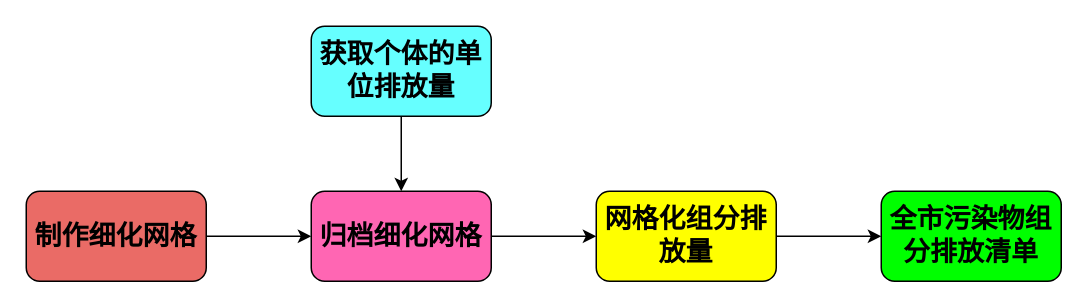
This is 总体排放源清单流程.drawio from WienWong/Misc, a draw.io file, before an edit. Source tidied: cells renumbered, new cells numbered last; positions are measured from the earlier drawing's top-left corner, leaving out a move shared by most shapes. Both pictures are drawn from the tidied source at 150%, with x=0, y=0 at pixel (26, 26).
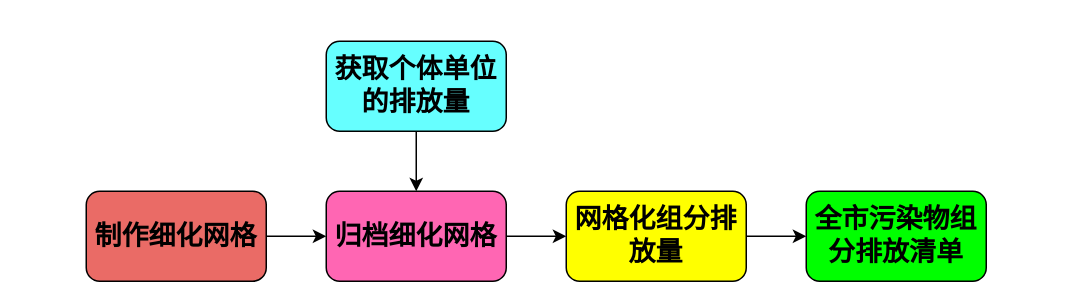
Above is the later version.

Commit message:
Update 总体排放源清单流程.drawio

Change to the diagram source:
```diff
@@
 <mxGraphModel>
   <root>
     <mxCell id="0" />
     <mxCell id="1" parent="0" />
     <mxCell id="2" style="edgeStyle=orthogonalEdgeStyle;rounded=0;jettySize=auto;html=1;exitX=1;exitY=0.5;exitDx=0;exitDy=0;entryX=0;entryY=0.5;entryDx=0;entryDy=0;" parent="1" edge="1" source="3" target="5">
       <mxGeometry relative="1" as="geometry" />
     </mxCell>
     <mxCell id="3" value="&lt;b&gt;&lt;font style=&quot;font-size: 18px&quot;&gt;制作细化网格&lt;/font&gt;&lt;/b&gt;" style="rounded=1;whiteSpace=wrap;html=1;fillColor=#EA6B66;" parent="1" vertex="1">
-      <mxGeometry y="110" width="120" height="60" as="geometry" />
+      <mxGeometry x="40" y="110" width="120" height="60" as="geometry" />
     </mxCell>
     <mxCell id="4" style="edgeStyle=orthogonalEdgeStyle;rounded=0;jettySize=auto;html=1;exitX=1;exitY=0.5;exitDx=0;exitDy=0;entryX=0;entryY=0.5;entryDx=0;entryDy=0;" parent="1" edge="1" source="5" target="9">
       <mxGeometry relative="1" as="geometry" />
     </mxCell>
     <mxCell id="5" value="&lt;b&gt;&lt;font style=&quot;font-size: 18px&quot;&gt;归档细化网格&lt;/font&gt;&lt;/b&gt;" style="rounded=1;whiteSpace=wrap;html=1;fillColor=#FF66B3;" parent="1" vertex="1">
-      <mxGeometry x="190" y="110" width="120" height="60" as="geometry" />
+      <mxGeometry x="200" y="110" width="120" height="60" as="geometry" />
     </mxCell>
     <mxCell id="6" style="edgeStyle=orthogonalEdgeStyle;rounded=0;jettySize=auto;html=1;exitX=0.5;exitY=1;exitDx=0;exitDy=0;" parent="1" edge="1" source="7" target="5">
       <mxGeometry relative="1" as="geometry" />
     </mxCell>
-    <mxCell id="7" value="&lt;b&gt;&lt;font style=&quot;font-size: 18px&quot;&gt;获取个体的单位排放量&lt;/font&gt;&lt;/b&gt;" style="rounded=1;whiteSpace=wrap;html=1;fillColor=#66FFFF;" parent="1" vertex="1">
-      <mxGeometry x="190" width="120" height="60" as="geometry" />
+    <mxCell id="7" value="&lt;b&gt;&lt;font style=&quot;font-size: 18px&quot;&gt;获取个体单位的排放量&lt;/font&gt;&lt;/b&gt;" style="rounded=1;whiteSpace=wrap;html=1;fillColor=#66FFFF;" parent="1" vertex="1">
+      <mxGeometry x="200" y="10" width="120" height="60" as="geometry" />
     </mxCell>
     <mxCell id="8" style="edgeStyle=orthogonalEdgeStyle;rounded=0;jettySize=auto;html=1;exitX=1;exitY=0.5;exitDx=0;exitDy=0;entryX=0;entryY=0.5;entryDx=0;entryDy=0;" parent="1" edge="1" source="9" target="10">
       <mxGeometry relative="1" as="geometry" />
     </mxCell>
     <mxCell id="9" value="&lt;b&gt;&lt;font style=&quot;font-size: 18px&quot;&gt;网格化组分排放量&lt;/font&gt;&lt;/b&gt;" style="rounded=1;whiteSpace=wrap;html=1;fillColor=#FFFF00;" parent="1" vertex="1">
-      <mxGeometry x="380" y="110" width="120" height="60" as="geometry" />
+      <mxGeometry x="360" y="110" width="120" height="60" as="geometry" />
     </mxCell>
     <mxCell id="10" value="&lt;b&gt;&lt;font style=&quot;font-size: 18px&quot;&gt;全市污染物组分排放清单&lt;/font&gt;&lt;/b&gt;" style="rounded=1;whiteSpace=wrap;html=1;fillColor=#00FF00;" parent="1" vertex="1">
-      <mxGeometry x="570" y="110" width="120" height="60" as="geometry" />
+      <mxGeometry x="520" y="110" width="120" height="60" as="geometry" />
     </mxCell>
   </root>
 </mxGraphModel>
```
